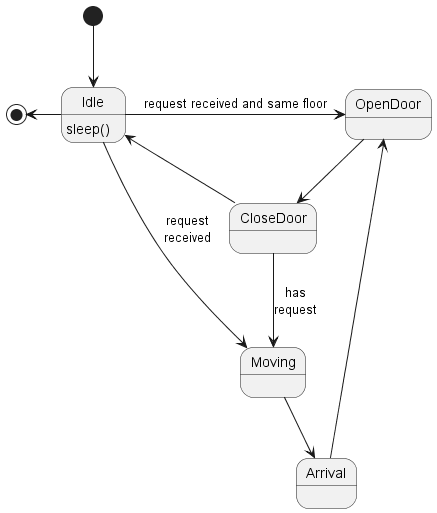
Anthony-Massaad/Elevator-Simulator keeps this PlantUML diagram as diagrams/iteration2/Iteration 2 Elevator State Diagram.png. Above is the earlier version.
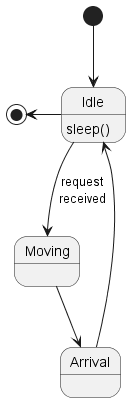
Above is the later version.

Commit message:
refactored state diagram to just have moving and arrival based off iter description

Change to the diagram source:
```diff
@@ -5,10 +5,6 @@
 Idle -left-> [*]
 Idle: sleep()
 Moving -down-> Arrival
-Arrival -down-> OpenDoor
-Idle -right-> OpenDoor : request received and same floor
-OpenDoor -down-> CloseDoor
-CloseDoor --> Idle
-CloseDoor --> Moving: has\nrequest
+Arrival --> Idle
 
 @enduml
```
